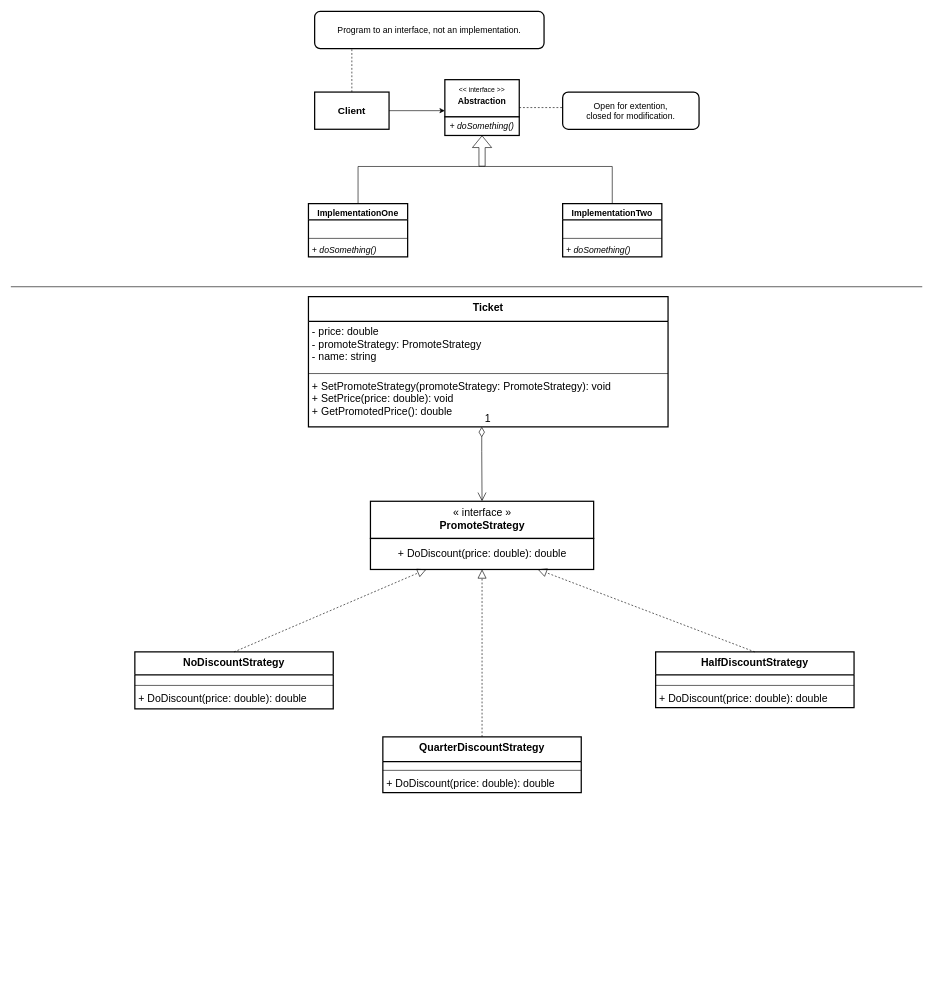
This is Untitled Diagram.drawio from tuihoclaptrinh/air-condition, a draw.io file, before an edit. Source tidied: cells renumbered, new cells numbered last; positions are measured from the earlier drawing's top-left corner, leaving out a move shared by most shapes. Both pictures are drawn from the tidied source at 62%, with x=0, y=0 at pixel (11, 11).
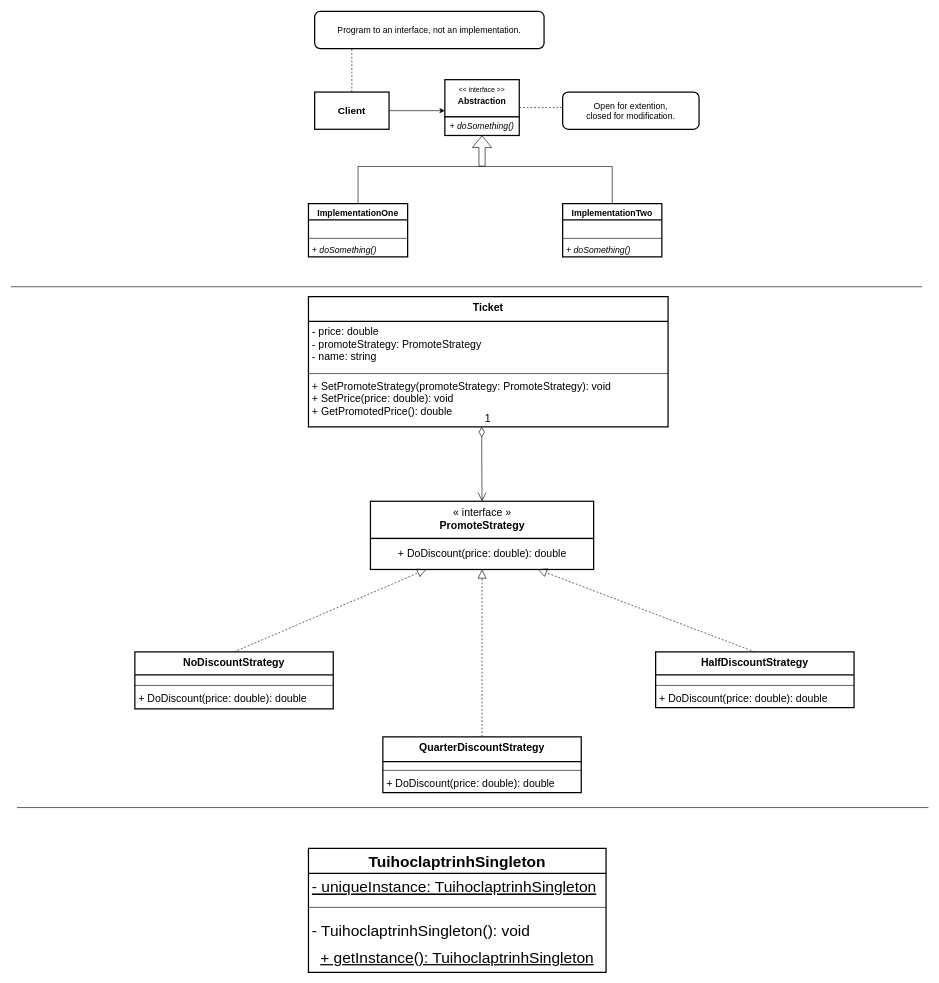
The same page after the edit.

Diff of the diagram source:
```diff
@@
+    <mxCell id="51" style="line;strokeWidth=1;fillColor=none;align=left;verticalAlign=middle;spacingTop=-1;spacingLeft=3;spacingRight=3;labelPosition=right;fontSize=17;" parent="1" vertex="1">
+      <mxGeometry x="10" y="1280" width="1470" height="8" as="geometry" />
+    </mxCell>
+    <mxCell id="52" value="TuihoclaptrinhSingleton" style="swimlane;fontStyle=1;align=center;verticalAlign=top;horizontal=1;startSize=40;fontSize=25;strokeWidth=2;" parent="1" vertex="1">
+      <mxGeometry x="480" y="1350" width="480" height="200" as="geometry" />
+    </mxCell>
+    <mxCell id="53" value="- uniqueInstance: TuihoclaptrinhSingleton" style="text;strokeColor=none;fillColor=none;align=left;verticalAlign=top;spacingLeft=4;spacingRight=4;overflow=hidden;fontSize=25;fontStyle=4;" parent="52" vertex="1">
+      <mxGeometry y="40" width="480" height="40" as="geometry" />
+    </mxCell>
+    <mxCell id="54" style="line;strokeWidth=1;fillColor=none;align=left;verticalAlign=middle;spacingTop=-1;spacingLeft=3;spacingRight=3;labelPosition=right;fontSize=25;" parent="52" vertex="1">
+      <mxGeometry y="80" width="480" height="30" as="geometry" />
+    </mxCell>
+    <mxCell id="55" value="- TuihoclaptrinhSingleton(): void" style="text;strokeColor=none;fillColor=none;align=left;verticalAlign=top;spacingLeft=4;spacingRight=4;overflow=hidden;fontSize=25;fontStyle=0;" parent="52" vertex="1">
+      <mxGeometry y="110" width="480" height="40" as="geometry" />
+    </mxCell>
+    <mxCell id="56" value="&lt;span style=&quot;text-align: left;&quot;&gt;&lt;u&gt;+ getInstance(): TuihoclaptrinhSingleton&lt;/u&gt;&lt;/span&gt;" style="text;html=1;strokeColor=none;fillColor=none;align=center;verticalAlign=middle;whiteSpace=wrap;rounded=0;fontSize=25;" parent="52" vertex="1">
+      <mxGeometry y="150" width="480" height="50" as="geometry" />
+    </mxCell>
```
